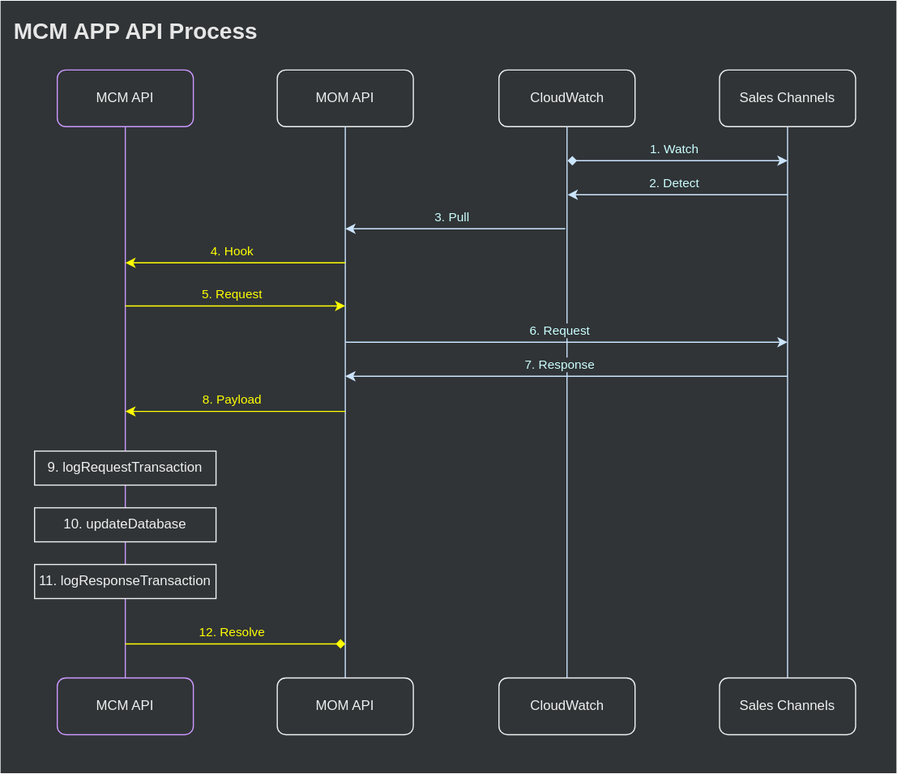
Above: assets/.draw.io/documents/geclio2-mcm-app-api.svg in jiholee-ntwglobal/jiholee-ntwglobal.github.io (draw.io), before the change. Source tidied: cells renumbered, new cells last; positions are measured from the earlier drawing's top-left corner, leaving out a move shared by most shapes.
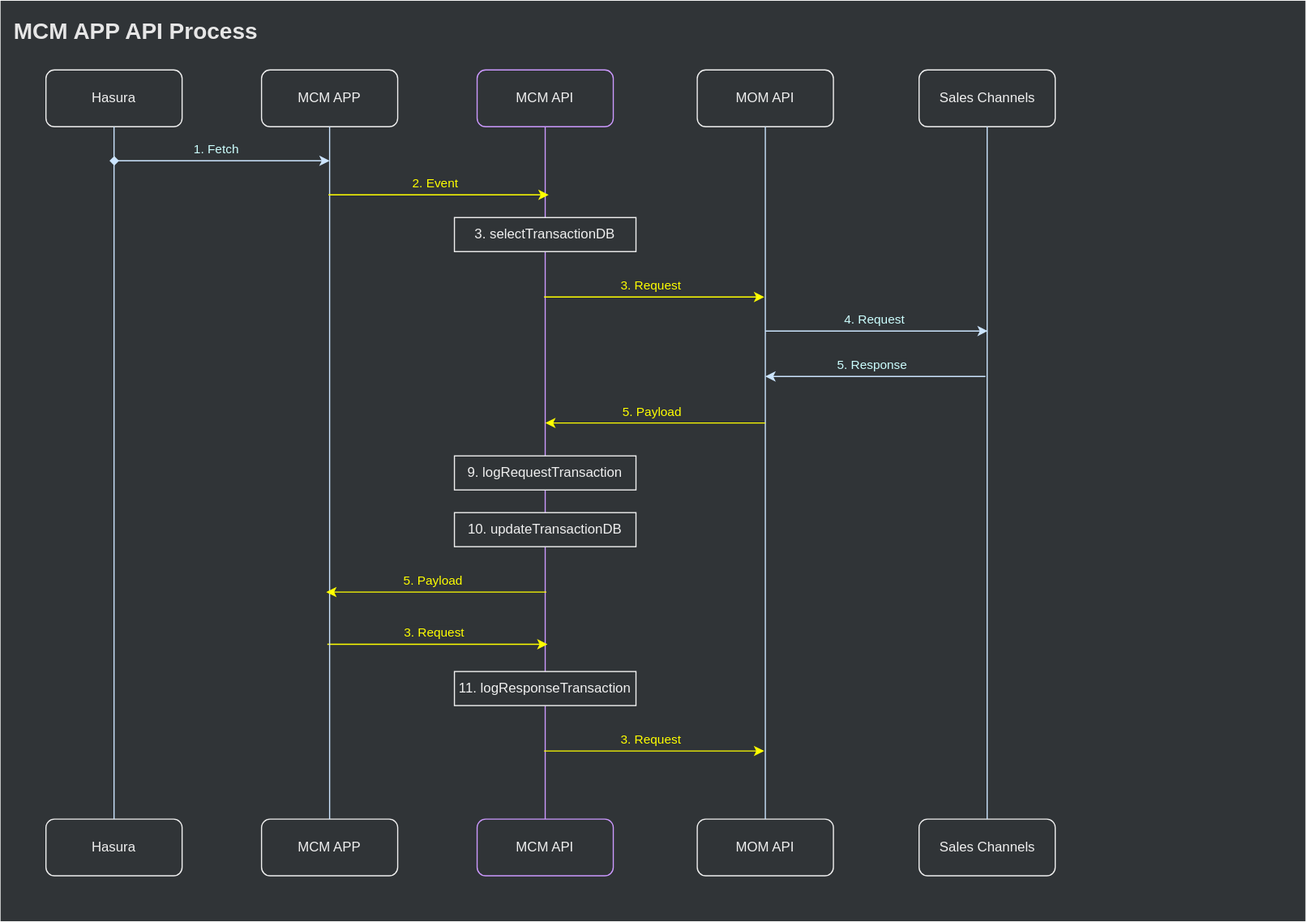
The same diagram one commit later.

Diff of the diagram source:
```diff
@@ -3,32 +3,32 @@
     <mxCell id="0" />
     <mxCell id="1" value="Background" parent="0" />
     <mxCell id="2" style="rounded=0;whiteSpace=wrap;html=1;strokeColor=none;fontColor=#F0F0F0;labelBackgroundColor=none;fillColor=#303437;" parent="1" vertex="1">
-      <mxGeometry width="790" height="681" as="geometry" />
+      <mxGeometry width="1150" height="811" as="geometry" />
     </mxCell>
     <mxCell id="3" value="Foreground" parent="0" />
-    <mxCell id="4" value="CloudWatch" style="rounded=1;whiteSpace=wrap;html=1;fontColor=#F0F0F0;strokeColor=#F0F0F0;fillColor=#303437;" parent="3" vertex="1">
-      <mxGeometry x="439.5" y="61" width="120" height="50" as="geometry" />
+    <mxCell id="4" value="Sales Channels" style="rounded=1;whiteSpace=wrap;html=1;fontColor=#F0F0F0;strokeColor=#F0F0F0;fillColor=#303437;" parent="3" vertex="1">
+      <mxGeometry x="809.5" y="61" width="120" height="50" as="geometry" />
     </mxCell>
     <mxCell id="5" value="MCM API" style="rounded=1;whiteSpace=wrap;html=1;fontColor=#F0F0F0;strokeColor=#CC99FF;fillColor=#303437;" parent="3" vertex="1">
-      <mxGeometry x="50" y="61" width="120" height="50" as="geometry" />
+      <mxGeometry x="420" y="61" width="120" height="50" as="geometry" />
     </mxCell>
     <mxCell id="6" value="MOM API" style="rounded=1;whiteSpace=wrap;html=1;fontColor=#F0F0F0;strokeColor=#F0F0F0;fillColor=#303437;" parent="3" vertex="1">
-      <mxGeometry x="244" y="61" width="120" height="50" as="geometry" />
+      <mxGeometry x="614" y="61" width="120" height="50" as="geometry" />
     </mxCell>
-    <mxCell id="7" value="Sales Channels" style="rounded=1;whiteSpace=wrap;html=1;fontColor=#F0F0F0;strokeColor=#F0F0F0;fillColor=#303437;" parent="3" vertex="1">
-      <mxGeometry x="634" y="61" width="120" height="50" as="geometry" />
+    <mxCell id="7" value="Hasura" style="rounded=1;whiteSpace=wrap;html=1;fontColor=#F0F0F0;strokeColor=#F0F0F0;fillColor=#303437;" parent="3" vertex="1">
+      <mxGeometry x="40" y="61" width="120" height="50" as="geometry" />
     </mxCell>
-    <mxCell id="8" value="CloudWatch" style="rounded=1;whiteSpace=wrap;html=1;fontColor=#F0F0F0;strokeColor=#F0F0F0;fillColor=#303437;" parent="3" vertex="1">
-      <mxGeometry x="439.5" y="597" width="120" height="50" as="geometry" />
+    <mxCell id="8" value="Sales Channels" style="rounded=1;whiteSpace=wrap;html=1;fontColor=#F0F0F0;strokeColor=#F0F0F0;fillColor=#303437;" parent="3" vertex="1">
+      <mxGeometry x="809.5" y="721" width="120" height="50" as="geometry" />
     </mxCell>
     <mxCell id="9" value="MCM API" style="rounded=1;whiteSpace=wrap;html=1;fontColor=#F0F0F0;strokeColor=#CC99FF;fillColor=#303437;" parent="3" vertex="1">
-      <mxGeometry x="50" y="597" width="120" height="50" as="geometry" />
+      <mxGeometry x="420" y="721" width="120" height="50" as="geometry" />
     </mxCell>
     <mxCell id="10" value="MOM API" style="rounded=1;whiteSpace=wrap;html=1;fontColor=#F0F0F0;strokeColor=#F0F0F0;fillColor=#303437;" parent="3" vertex="1">
-      <mxGeometry x="244" y="597" width="120" height="50" as="geometry" />
+      <mxGeometry x="614" y="721" width="120" height="50" as="geometry" />
     </mxCell>
-    <mxCell id="11" value="Sales Channels" style="rounded=1;whiteSpace=wrap;html=1;fontColor=#F0F0F0;strokeColor=#F0F0F0;fillColor=#303437;" parent="3" vertex="1">
-      <mxGeometry x="634" y="597" width="120" height="50" as="geometry" />
+    <mxCell id="11" value="Hasura" style="rounded=1;whiteSpace=wrap;html=1;fontColor=#F0F0F0;strokeColor=#F0F0F0;fillColor=#303437;" parent="3" vertex="1">
+      <mxGeometry x="40" y="721" width="120" height="50" as="geometry" />
     </mxCell>
     <mxCell id="12" style="endArrow=none;html=1;entryX=0.5;entryY=1;entryDx=0;entryDy=0;exitX=0.5;exitY=0;exitDx=0;exitDy=0;strokeColor=#CC99FF;" parent="3" edge="1" source="9" target="5">
       <mxGeometry relative="1" as="geometry" />
@@ -42,71 +42,83 @@
     <mxCell id="15" style="endArrow=none;html=1;strokeColor=#CCE5FF;entryX=0.5;entryY=1;entryDx=0;entryDy=0;exitX=0.5;exitY=0;exitDx=0;exitDy=0;" parent="3" edge="1" source="11" target="7">
       <mxGeometry relative="1" as="geometry" />
     </mxCell>
-    <mxCell id="16" value="&lt;font color=&quot;#ccffff&quot;&gt;1. Watch&lt;/font&gt;" style="endArrow=classic;html=1;strokeColor=#CCE5FF;startArrow=diamond;startFill=1;labelBackgroundColor=#303437;" parent="3" edge="1">
+    <mxCell id="16" value="&lt;font color=&quot;#ccffff&quot;&gt;1. Fetch&lt;/font&gt;" style="endArrow=classic;html=1;strokeColor=#CCE5FF;startArrow=diamond;startFill=1;labelBackgroundColor=#303437;" parent="3" edge="1">
       <mxGeometry x="-0.03" y="10" relative="1" as="geometry">
-        <mxPoint x="500" y="141" as="sourcePoint" />
-        <mxPoint x="694" y="141" as="targetPoint" />
+        <mxPoint x="96" y="141" as="sourcePoint" />
+        <mxPoint x="290" y="141" as="targetPoint" />
       </mxGeometry>
     </mxCell>
-    <mxCell id="17" value="&lt;font color=&quot;#ccffff&quot;&gt;2. Detect&lt;/font&gt;" style="endArrow=none;html=1;strokeColor=#CCE5FF;startArrow=classic;startFill=1;endFill=0;labelBackgroundColor=#303437;" parent="3" edge="1">
-      <mxGeometry x="-0.03" y="10" relative="1" as="geometry">
-        <mxPoint x="500" y="171" as="sourcePoint" />
-        <mxPoint x="694" y="171" as="targetPoint" />
-      </mxGeometry>
-    </mxCell>
-    <mxCell id="18" value="&lt;font color=&quot;#ccffff&quot;&gt;3. Pull&lt;/font&gt;" style="endArrow=none;html=1;strokeColor=#CCE5FF;startArrow=classic;startFill=1;endFill=0;labelBackgroundColor=#303437;" parent="3" edge="1">
+    <mxCell id="18" value="&lt;font color=&quot;#ccffff&quot;&gt;5. Response&lt;/font&gt;" style="endArrow=none;html=1;strokeColor=#CCE5FF;startArrow=classic;startFill=1;endFill=0;labelBackgroundColor=#303437;" parent="3" edge="1">
       <mxGeometry x="-0.03" y="10" relative="1" as="geometry">
-        <mxPoint x="304" y="201" as="sourcePoint" />
-        <mxPoint x="498" y="201" as="targetPoint" />
+        <mxPoint x="674" y="331" as="sourcePoint" />
+        <mxPoint x="868" y="331" as="targetPoint" />
       </mxGeometry>
     </mxCell>
-    <mxCell id="19" value="&lt;font color=&quot;#ffff00&quot;&gt;4. Hook&lt;/font&gt;" style="endArrow=none;html=1;startArrow=classic;startFill=1;endFill=0;strokeColor=#FFFF00;labelBackgroundColor=#303437;" parent="3" edge="1">
-      <mxGeometry x="-0.03" y="10" relative="1" as="geometry">
-        <mxPoint x="110" y="231" as="sourcePoint" />
-        <mxPoint x="304" y="231" as="targetPoint" />
-      </mxGeometry>
-    </mxCell>
-    <mxCell id="20" value="&lt;font color=&quot;#ffff00&quot;&gt;5. Request&lt;/font&gt;" style="endArrow=classic;html=1;strokeColor=#FFFF00;labelBackgroundColor=#303437;" parent="3" edge="1">
+    <mxCell id="20" value="&lt;font color=&quot;#ffff00&quot;&gt;3. Request&lt;/font&gt;" style="endArrow=classic;html=1;strokeColor=#FFFF00;labelBackgroundColor=#303437;" parent="3" edge="1">
       <mxGeometry x="-0.03" y="10" relative="1" as="geometry">
-        <mxPoint x="110" y="269" as="sourcePoint" />
-        <mxPoint x="304" y="269" as="targetPoint" />
+        <mxPoint x="288" y="567" as="sourcePoint" />
+        <mxPoint x="482" y="567" as="targetPoint" />
       </mxGeometry>
     </mxCell>
-    <mxCell id="21" value="&lt;font color=&quot;#ccffff&quot;&gt;6. Request&lt;/font&gt;" style="endArrow=classic;html=1;strokeColor=#CCE5FF;labelBackgroundColor=#303437;" parent="3" edge="1">
-      <mxGeometry x="-0.03" y="10" relative="1" as="geometry">
-        <mxPoint x="304" y="301" as="sourcePoint" />
-        <mxPoint x="694" y="301" as="targetPoint" />
-      </mxGeometry>
-    </mxCell>
-    <mxCell id="22" value="&lt;font color=&quot;#ccffff&quot;&gt;7. Response&lt;/font&gt;" style="endArrow=none;html=1;strokeColor=#CCE5FF;startArrow=classic;startFill=1;endFill=0;labelBackgroundColor=#303437;" parent="3" edge="1">
-      <mxGeometry x="-0.03" y="10" relative="1" as="geometry">
-        <mxPoint x="304" y="331" as="sourcePoint" />
-        <mxPoint x="694" y="331" as="targetPoint" />
-      </mxGeometry>
-    </mxCell>
-    <mxCell id="23" value="&lt;font color=&quot;#ffff00&quot;&gt;8. Payload&lt;/font&gt;" style="endArrow=none;html=1;startArrow=classic;startFill=1;endFill=0;strokeColor=#FFFF00;labelBackgroundColor=#303437;" parent="3" edge="1">
+    <mxCell id="23" value="&lt;font color=&quot;#ffff00&quot;&gt;5. Payload&lt;/font&gt;" style="endArrow=none;html=1;startArrow=classic;startFill=1;endFill=0;strokeColor=#FFFF00;labelBackgroundColor=#303437;" parent="3" edge="1">
       <mxGeometry x="-0.03" y="10" relative="1" as="geometry">
-        <mxPoint x="110" y="362" as="sourcePoint" />
-        <mxPoint x="304" y="362" as="targetPoint" />
+        <mxPoint x="480" y="372" as="sourcePoint" />
+        <mxPoint x="674" y="372" as="targetPoint" />
       </mxGeometry>
     </mxCell>
-    <mxCell id="24" value="&lt;font color=&quot;#ffff00&quot;&gt;12. Resolve&lt;/font&gt;" style="endArrow=diamond;html=1;strokeColor=#FFFF00;endFill=1;labelBackgroundColor=#303437;" parent="3" edge="1">
-      <mxGeometry x="-0.03" y="10" relative="1" as="geometry">
-        <mxPoint x="110" y="567" as="sourcePoint" />
-        <mxPoint x="304" y="567" as="targetPoint" />
-      </mxGeometry>
-    </mxCell>
     <mxCell id="25" value="9. logRequestTransaction" style="rounded=0;whiteSpace=wrap;html=1;fontColor=#F0F0F0;strokeColor=#F0F0F0;fillColor=#303437;" parent="3" vertex="1">
-      <mxGeometry x="30" y="397" width="160" height="30" as="geometry" />
+      <mxGeometry x="400" y="401" width="160" height="30" as="geometry" />
     </mxCell>
     <mxCell id="26" value="11. logResponseTransaction" style="rounded=0;whiteSpace=wrap;html=1;fontColor=#F0F0F0;strokeColor=#F0F0F0;fillColor=#303437;" parent="3" vertex="1">
-      <mxGeometry x="30" y="497" width="160" height="30" as="geometry" />
+      <mxGeometry x="400" y="591" width="160" height="30" as="geometry" />
     </mxCell>
-    <mxCell id="27" value="10. updateDatabase" style="rounded=0;whiteSpace=wrap;html=1;fontColor=#F0F0F0;strokeColor=#F0F0F0;fillColor=#303437;" parent="3" vertex="1">
-      <mxGeometry x="30" y="447" width="160" height="30" as="geometry" />
+    <mxCell id="27" value="10. updateTransactionDB" style="rounded=0;whiteSpace=wrap;html=1;fontColor=#F0F0F0;strokeColor=#F0F0F0;fillColor=#303437;" parent="3" vertex="1">
+      <mxGeometry x="400" y="451" width="160" height="30" as="geometry" />
     </mxCell>
     <mxCell id="28" value="&lt;b&gt;MCM APP API Process&lt;/b&gt;" style="text;html=1;strokeColor=none;fillColor=none;align=left;verticalAlign=middle;whiteSpace=wrap;rounded=0;fontSize=20;fontColor=#E6E6E6;" parent="3" vertex="1">
       <mxGeometry x="10" y="11" width="420" height="30" as="geometry" />
     </mxCell>
+    <mxCell id="29" value="MCM APP" style="rounded=1;whiteSpace=wrap;html=1;fontColor=#F0F0F0;strokeColor=#F0F0F0;fillColor=#303437;" parent="3" vertex="1">
+      <mxGeometry x="230" y="61" width="120" height="50" as="geometry" />
+    </mxCell>
+    <mxCell id="30" value="MCM APP" style="rounded=1;whiteSpace=wrap;html=1;fontColor=#F0F0F0;strokeColor=#F0F0F0;fillColor=#303437;" parent="3" vertex="1">
+      <mxGeometry x="230" y="721" width="120" height="50" as="geometry" />
+    </mxCell>
+    <mxCell id="31" style="endArrow=none;html=1;strokeColor=#CCE5FF;entryX=0.5;entryY=1;entryDx=0;entryDy=0;exitX=0.5;exitY=0;exitDx=0;exitDy=0;" parent="3" edge="1" source="30" target="29">
+      <mxGeometry relative="1" as="geometry" />
+    </mxCell>
+    <mxCell id="32" value="&lt;font color=&quot;#ffff00&quot;&gt;2. Event&lt;/font&gt;" style="endArrow=classic;html=1;strokeColor=#FFFF00;labelBackgroundColor=#303437;" parent="3" edge="1">
+      <mxGeometry x="-0.03" y="10" relative="1" as="geometry">
+        <mxPoint x="289" y="171" as="sourcePoint" />
+        <mxPoint x="483" y="171" as="targetPoint" />
+      </mxGeometry>
+    </mxCell>
+    <mxCell id="33" value="&lt;font color=&quot;#ccffff&quot;&gt;4. Request&lt;/font&gt;" style="endArrow=none;html=1;strokeColor=#CCE5FF;startArrow=classic;startFill=1;endFill=0;labelBackgroundColor=#303437;" parent="3" edge="1">
+      <mxGeometry x="0.02" y="-10" relative="1" as="geometry">
+        <mxPoint x="870" y="291" as="sourcePoint" />
+        <mxPoint x="674" y="291" as="targetPoint" />
+      </mxGeometry>
+    </mxCell>
+    <mxCell id="34" value="3. selectTransactionDB" style="rounded=0;whiteSpace=wrap;html=1;fontColor=#F0F0F0;strokeColor=#F0F0F0;fillColor=#303437;" parent="3" vertex="1">
+      <mxGeometry x="400" y="191" width="160" height="30" as="geometry" />
+    </mxCell>
+    <mxCell id="35" value="&lt;font color=&quot;#ffff00&quot;&gt;5. Payload&lt;/font&gt;" style="endArrow=none;html=1;startArrow=classic;startFill=1;endFill=0;strokeColor=#FFFF00;labelBackgroundColor=#303437;" parent="3" edge="1">
+      <mxGeometry x="-0.03" y="10" relative="1" as="geometry">
+        <mxPoint x="287" y="521" as="sourcePoint" />
+        <mxPoint x="481" y="521" as="targetPoint" />
+      </mxGeometry>
+    </mxCell>
+    <mxCell id="36" value="&lt;font color=&quot;#ffff00&quot;&gt;3. Request&lt;/font&gt;" style="endArrow=classic;html=1;strokeColor=#FFFF00;labelBackgroundColor=#303437;" parent="3" edge="1">
+      <mxGeometry x="-0.03" y="10" relative="1" as="geometry">
+        <mxPoint x="479" y="661" as="sourcePoint" />
+        <mxPoint x="673" y="661" as="targetPoint" />
+      </mxGeometry>
+    </mxCell>
+    <mxCell id="37" value="&lt;font color=&quot;#ffff00&quot;&gt;3. Request&lt;/font&gt;" style="endArrow=classic;html=1;strokeColor=#FFFF00;labelBackgroundColor=#303437;" parent="3" edge="1">
+      <mxGeometry x="-0.03" y="10" relative="1" as="geometry">
+        <mxPoint x="479" y="261" as="sourcePoint" />
+        <mxPoint x="673" y="261" as="targetPoint" />
+      </mxGeometry>
+    </mxCell>
   </root>
 </mxGraphModel>
```
